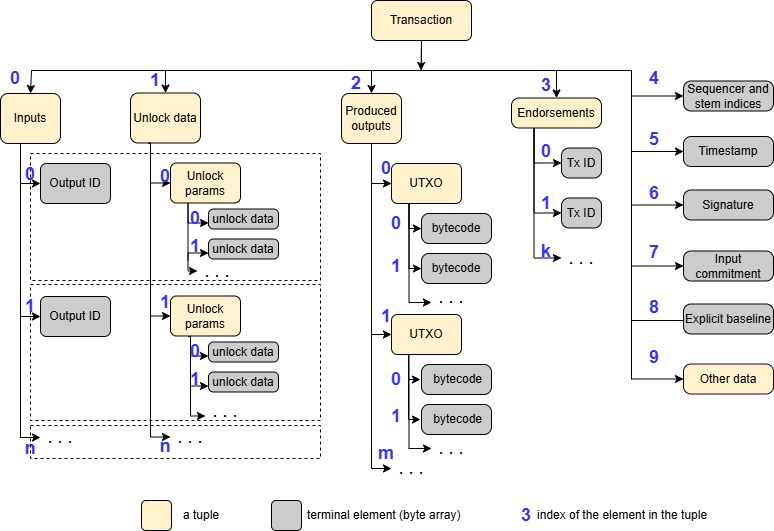
Before: static/img/utxo-tx.png, a diagram exported from draw.io (lunfardo314/lunfardo314.github.io). Source tidied: cells renumbered, new cells last; positions are measured from the earlier drawing's top-left corner, leaving out a move shared by most shapes.
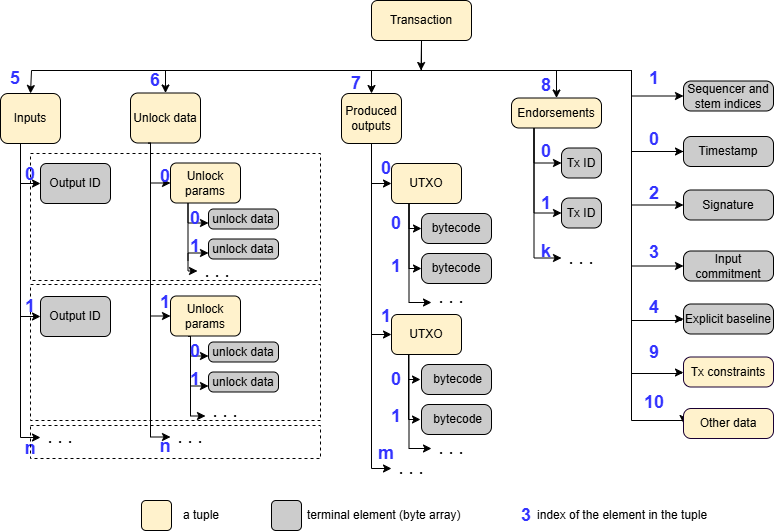
After the change.

What changed in the source:
```diff
@@ -13,7 +13,8 @@
         <mxPoint x="531" y="70" as="sourcePoint" />
         <Array as="points">
           <mxPoint x="631" y="70" />
-          <mxPoint x="631" y="378" />
+          <mxPoint x="631" y="420" />
+          <mxPoint x="683" y="420" />
         </Array>
       </mxGeometry>
     </mxCell>
@@ -79,8 +80,8 @@
           <mxPoint x="421" y="70" />
           <mxPoint x="631" y="70" />
           <mxPoint x="631" y="320" />
-          <mxPoint x="703" y="320" />
-          <mxPoint x="703" y="318" />
+          <mxPoint x="681" y="320" />
+          <mxPoint x="681" y="319" />
         </Array>
       </mxGeometry>
     </mxCell>
@@ -345,7 +346,7 @@
       <mxGeometry x="683" y="250.5" width="90" height="30" as="geometry" />
     </mxCell>
     <mxCell id="64" value="Other data" style="rounded=1;whiteSpace=wrap;html=1;arcSize=25;fillColor=#fff2cc;strokeColor=#190033;" parent="1" vertex="1">
-      <mxGeometry x="683" y="363.5" width="90" height="30" as="geometry" />
+      <mxGeometry x="683" y="408" width="90" height="30" as="geometry" />
     </mxCell>
     <mxCell id="65" style="edgeStyle=orthogonalEdgeStyle;rounded=0;jettySize=auto;html=1;exitX=0.25;exitY=1;exitDx=0;exitDy=0;entryX=0;entryY=0.5;entryDx=0;entryDy=0;" parent="1" edge="1" source="68" target="69">
       <mxGeometry relative="1" as="geometry" />
@@ -380,35 +381,35 @@
     <mxCell id="75" value="terminal element (byte array)" style="text;html=1;align=left;verticalAlign=middle;whiteSpace=wrap;rounded=0;" parent="1" vertex="1">
       <mxGeometry x="305" y="500" width="180" height="30" as="geometry" />
     </mxCell>
-    <mxCell id="76" value="&lt;font style=&quot;font-size: 18px; color: rgb(51, 51, 255);&quot;&gt;&lt;b&gt;0&lt;/b&gt;&lt;/font&gt;" style="text;html=1;align=center;verticalAlign=middle;whiteSpace=wrap;rounded=0;" parent="1" vertex="1">
+    <mxCell id="76" value="&lt;font style=&quot;font-size: 18px; color: rgb(51, 51, 255);&quot;&gt;&lt;b&gt;5&lt;/b&gt;&lt;/font&gt;" style="text;html=1;align=center;verticalAlign=middle;whiteSpace=wrap;rounded=0;" parent="1" vertex="1">
       <mxGeometry y="63" width="30" height="30" as="geometry" />
     </mxCell>
-    <mxCell id="77" value="&lt;font color=&quot;#3333ff&quot;&gt;&lt;span style=&quot;font-size: 18px;&quot;&gt;&lt;b&gt;1&lt;/b&gt;&lt;/span&gt;&lt;/font&gt;" style="text;html=1;align=center;verticalAlign=middle;whiteSpace=wrap;rounded=0;" parent="1" vertex="1">
+    <mxCell id="77" value="&lt;font color=&quot;#3333ff&quot;&gt;&lt;span style=&quot;font-size: 18px;&quot;&gt;&lt;b&gt;6&lt;/b&gt;&lt;/span&gt;&lt;/font&gt;" style="text;html=1;align=center;verticalAlign=middle;whiteSpace=wrap;rounded=0;" parent="1" vertex="1">
       <mxGeometry x="140" y="65" width="30" height="30" as="geometry" />
     </mxCell>
-    <mxCell id="78" value="&lt;font style=&quot;font-size: 18px; color: rgb(51, 51, 255);&quot;&gt;&lt;b&gt;2&lt;/b&gt;&lt;/font&gt;" style="text;html=1;align=center;verticalAlign=middle;whiteSpace=wrap;rounded=0;" parent="1" vertex="1">
+    <mxCell id="78" value="&lt;font style=&quot;font-size: 18px; color: rgb(51, 51, 255);&quot;&gt;&lt;b&gt;7&lt;/b&gt;&lt;/font&gt;" style="text;html=1;align=center;verticalAlign=middle;whiteSpace=wrap;rounded=0;" parent="1" vertex="1">
       <mxGeometry x="341" y="67.5" width="30" height="30" as="geometry" />
     </mxCell>
-    <mxCell id="79" value="&lt;font style=&quot;font-size: 18px; color: rgb(51, 51, 255);&quot;&gt;&lt;b&gt;8&lt;/b&gt;&lt;/font&gt;" style="text;html=1;align=center;verticalAlign=middle;whiteSpace=wrap;rounded=0;" parent="1" vertex="1">
+    <mxCell id="79" value="&lt;font style=&quot;font-size: 18px; color: rgb(51, 51, 255);&quot;&gt;&lt;b&gt;4&lt;/b&gt;&lt;/font&gt;" style="text;html=1;align=center;verticalAlign=middle;whiteSpace=wrap;rounded=0;" parent="1" vertex="1">
       <mxGeometry x="639" y="291.5" width="30" height="30" as="geometry" />
     </mxCell>
-    <mxCell id="80" value="&lt;font style=&quot;font-size: 18px; color: rgb(51, 51, 255);&quot;&gt;&lt;b&gt;3&lt;/b&gt;&lt;/font&gt;" style="text;html=1;align=center;verticalAlign=middle;whiteSpace=wrap;rounded=0;" parent="1" vertex="1">
+    <mxCell id="80" value="&lt;font style=&quot;font-size: 18px; color: rgb(51, 51, 255);&quot;&gt;&lt;b&gt;8&lt;/b&gt;&lt;/font&gt;" style="text;html=1;align=center;verticalAlign=middle;whiteSpace=wrap;rounded=0;" parent="1" vertex="1">
       <mxGeometry x="531" y="70" width="30" height="30" as="geometry" />
     </mxCell>
-    <mxCell id="81" value="&lt;font style=&quot;font-size: 18px; color: rgb(51, 51, 255);&quot;&gt;&lt;b&gt;4&lt;/b&gt;&lt;/font&gt;" style="text;html=1;align=center;verticalAlign=middle;whiteSpace=wrap;rounded=0;" parent="1" vertex="1">
+    <mxCell id="81" value="&lt;font style=&quot;font-size: 18px; color: rgb(51, 51, 255);&quot;&gt;&lt;b&gt;1&lt;/b&gt;&lt;/font&gt;" style="text;html=1;align=center;verticalAlign=middle;whiteSpace=wrap;rounded=0;" parent="1" vertex="1">
       <mxGeometry x="639" y="62.5" width="30" height="30" as="geometry" />
     </mxCell>
-    <mxCell id="82" value="&lt;font style=&quot;font-size: 18px; color: rgb(51, 51, 255);&quot;&gt;&lt;b&gt;5&lt;/b&gt;&lt;/font&gt;" style="text;html=1;align=center;verticalAlign=middle;whiteSpace=wrap;rounded=0;" parent="1" vertex="1">
+    <mxCell id="82" value="&lt;font style=&quot;font-size: 18px; color: rgb(51, 51, 255);&quot;&gt;&lt;b&gt;0&lt;/b&gt;&lt;/font&gt;" style="text;html=1;align=center;verticalAlign=middle;whiteSpace=wrap;rounded=0;" parent="1" vertex="1">
       <mxGeometry x="639" y="123.5" width="30" height="30" as="geometry" />
     </mxCell>
-    <mxCell id="83" value="&lt;font style=&quot;font-size: 18px; color: rgb(51, 51, 255);&quot;&gt;&lt;b&gt;6&lt;/b&gt;&lt;/font&gt;" style="text;html=1;align=center;verticalAlign=middle;whiteSpace=wrap;rounded=0;" parent="1" vertex="1">
+    <mxCell id="83" value="&lt;font style=&quot;font-size: 18px; color: rgb(51, 51, 255);&quot;&gt;&lt;b&gt;2&lt;/b&gt;&lt;/font&gt;" style="text;html=1;align=center;verticalAlign=middle;whiteSpace=wrap;rounded=0;" parent="1" vertex="1">
       <mxGeometry x="639" y="178" width="30" height="30" as="geometry" />
     </mxCell>
-    <mxCell id="84" value="&lt;font style=&quot;font-size: 18px; color: rgb(51, 51, 255);&quot;&gt;&lt;b&gt;7&lt;/b&gt;&lt;/font&gt;" style="text;html=1;align=center;verticalAlign=middle;whiteSpace=wrap;rounded=0;" parent="1" vertex="1">
+    <mxCell id="84" value="&lt;font style=&quot;font-size: 18px; color: rgb(51, 51, 255);&quot;&gt;&lt;b&gt;3&lt;/b&gt;&lt;/font&gt;" style="text;html=1;align=center;verticalAlign=middle;whiteSpace=wrap;rounded=0;" parent="1" vertex="1">
       <mxGeometry x="639" y="236.5" width="30" height="30" as="geometry" />
     </mxCell>
-    <mxCell id="85" value="&lt;font style=&quot;font-size: 18px; color: rgb(51, 51, 255);&quot;&gt;&lt;b&gt;9&lt;/b&gt;&lt;/font&gt;" style="text;html=1;align=center;verticalAlign=middle;whiteSpace=wrap;rounded=0;" parent="1" vertex="1">
-      <mxGeometry x="639" y="342" width="30" height="30" as="geometry" />
+    <mxCell id="85" value="&lt;font style=&quot;font-size: 18px; color: rgb(51, 51, 255);&quot;&gt;&lt;b&gt;10&lt;/b&gt;&lt;/font&gt;" style="text;html=1;align=center;verticalAlign=middle;whiteSpace=wrap;rounded=0;" parent="1" vertex="1">
+      <mxGeometry x="639" y="386.5" width="30" height="30" as="geometry" />
     </mxCell>
     <mxCell id="86" value="&lt;font style=&quot;font-size: 18px; color: rgb(51, 51, 255);&quot;&gt;&lt;b&gt;0&lt;/b&gt;&lt;/font&gt;" style="text;html=1;align=center;verticalAlign=middle;whiteSpace=wrap;rounded=0;" parent="1" vertex="1">
       <mxGeometry x="150" y="160.5" width="30" height="30" as="geometry" />
@@ -485,5 +486,22 @@
     <mxCell id="110" value="Timestamp" style="rounded=1;whiteSpace=wrap;html=1;arcSize=25;fillColor=#CCCCCC;" parent="1" vertex="1">
       <mxGeometry x="683" y="136" width="90" height="30" as="geometry" />
     </mxCell>
+    <mxCell id="111" value="Tx constraints" style="rounded=1;whiteSpace=wrap;html=1;arcSize=25;fillColor=#fff2cc;strokeColor=#190033;" parent="1" vertex="1">
+      <mxGeometry x="683" y="356.5" width="90" height="30" as="geometry" />
+    </mxCell>
+    <mxCell id="112" style="edgeStyle=orthogonalEdgeStyle;rounded=0;jettySize=auto;html=1;" parent="1" edge="1" source="13" target="111">
+      <mxGeometry relative="1" as="geometry">
+        <Array as="points">
+          <mxPoint x="421" y="70" />
+          <mxPoint x="631" y="70" />
+          <mxPoint x="631" y="373" />
+          <mxPoint x="681" y="373" />
+          <mxPoint x="681" y="372" />
+        </Array>
+      </mxGeometry>
+    </mxCell>
+    <mxCell id="113" value="&lt;font style=&quot;font-size: 18px; color: rgb(51, 51, 255);&quot;&gt;&lt;b&gt;9&lt;/b&gt;&lt;/font&gt;" style="text;html=1;align=center;verticalAlign=middle;whiteSpace=wrap;rounded=0;" parent="1" vertex="1">
+      <mxGeometry x="639" y="337" width="30" height="30" as="geometry" />
+    </mxCell>
   </root>
 </mxGraphModel>
```
